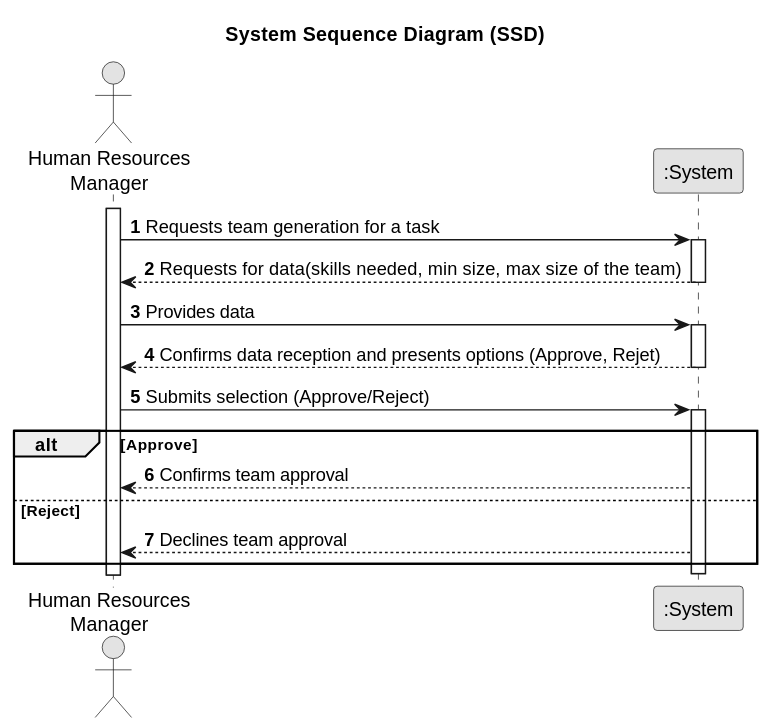
This is docs/sprintA/us005/01.requirements-engineering/svg/us005-system-sequence-diagram.svg from Mendoncaa/LAPR2, a PlantUML export, as it was before one commit.
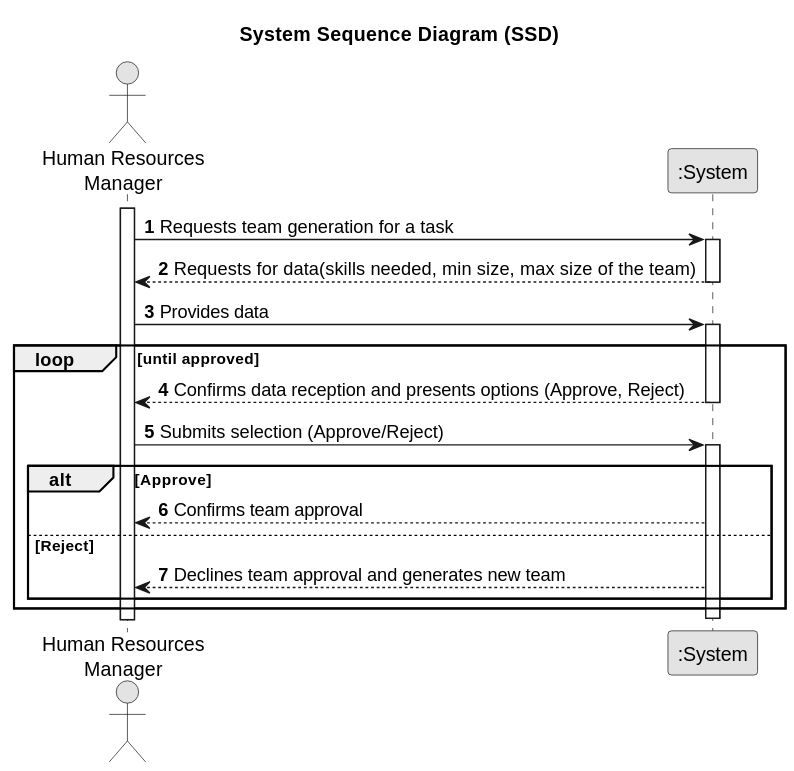
After the change.

Commit message:
US005--> Integration of a loop on the SSD to allow the system generate a new team until is accepted by the HRM

What changed in the source:
```diff
@@ -21,17 +21,19 @@
     HRManager -> System : Provides data
     activate System
 
-    System --> HRManager : Confirms data reception and presents options (Approve, Rejet)
-    deactivate System
+    loop until approved
+        System --> HRManager : Confirms data reception and presents options (Approve, Reject)
+        deactivate System
 
-HRManager -> System : Submits selection (Approve/Reject)
-activate System
+        HRManager -> System : Submits selection (Approve/Reject)
+        activate System
 
-alt Approve
-    System --> HRManager : Confirms team approval
-else Reject
-    System --> HRManager : Declines team approval
-end
+        alt Approve
+            System --> HRManager : Confirms team approval
+        else Reject
+            System --> HRManager : Declines team approval and generates new team
+        end
+    end loop
 
 deactivate System
 @enduml
```
